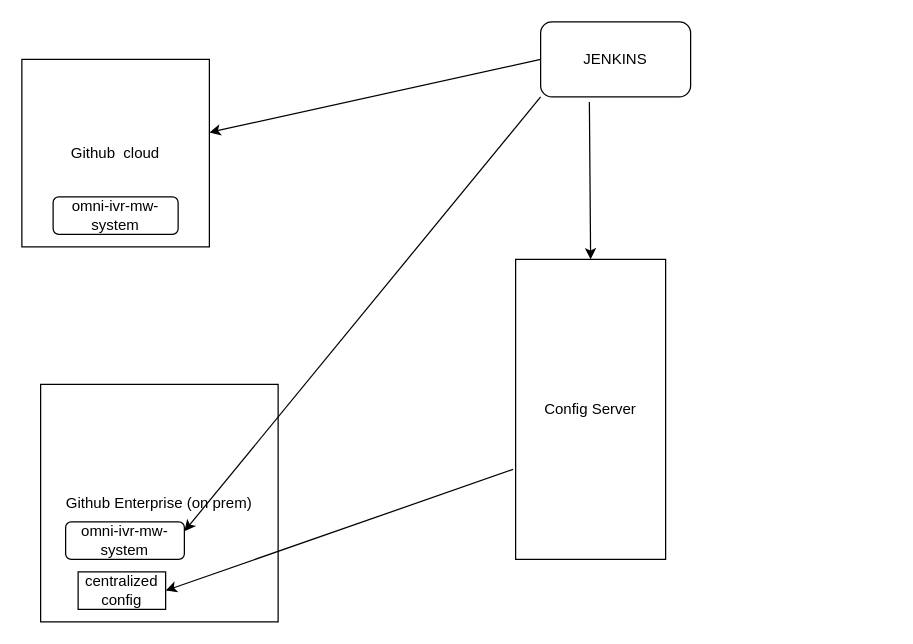
Earlier version of the draw.io diagram Github Migration.drawio (anshuldevmehta/RandomDiagrams). Source tidied: cells renumbered, new cells numbered last; positions are measured from the earlier drawing's top-left corner, leaving out a move shared by most shapes. Both pictures are drawn from the tidied source at 125%, with x=0, y=0 at pixel (21, 21).
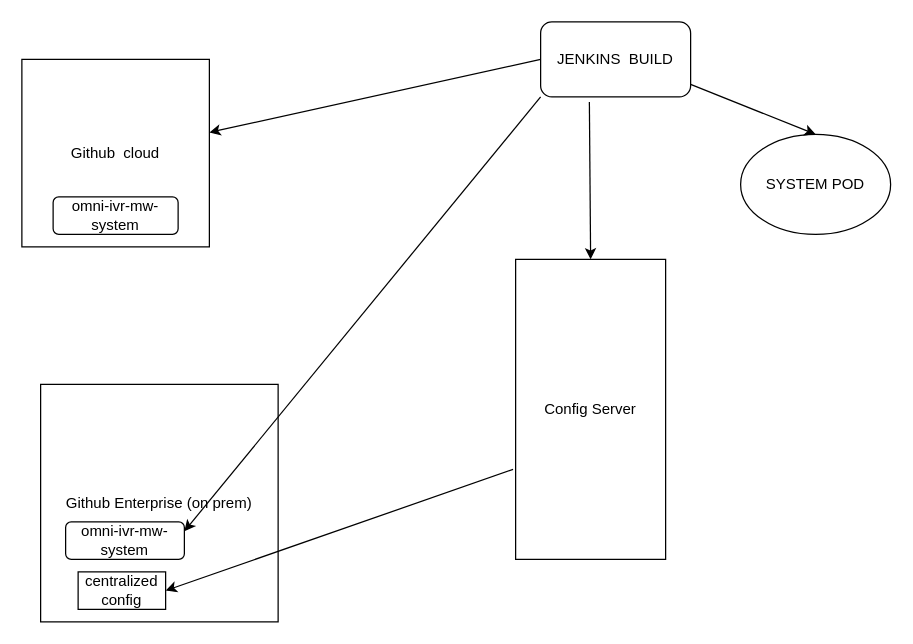
Above is the later version.

Change to the diagram source:
```diff
@@
 <mxGraphModel>
   <root>
     <mxCell id="0" />
     <mxCell id="1" parent="0" />
     <mxCell id="2" value="Github&amp;nbsp; cloud" style="whiteSpace=wrap;html=1;" parent="1" vertex="1">
       <mxGeometry y="30" width="150" height="150" as="geometry" />
     </mxCell>
     <mxCell id="3" value="Github Enterprise (on prem)" style="whiteSpace=wrap;html=1;" parent="1" vertex="1">
       <mxGeometry x="15" y="290" width="190" height="190" as="geometry" />
     </mxCell>
     <mxCell id="4" value="omni-ivr-mw-system" style="rounded=1;whiteSpace=wrap;html=1;" parent="1" vertex="1">
       <mxGeometry x="25" y="140" width="100" height="30" as="geometry" />
     </mxCell>
     <mxCell id="5" value="omni-ivr-mw-system" style="rounded=1;whiteSpace=wrap;html=1;" parent="1" vertex="1">
       <mxGeometry x="35" y="400" width="95" height="30" as="geometry" />
     </mxCell>
     <mxCell id="6" value="Config Server" style="rounded=0;whiteSpace=wrap;html=1;" parent="1" vertex="1">
       <mxGeometry x="395" y="190" width="120" height="240" as="geometry" />
     </mxCell>
-    <mxCell id="7" value="JENKINS" style="rounded=1;whiteSpace=wrap;html=1;" parent="1" vertex="1">
+    <mxCell id="7" value="JENKINS&amp;nbsp; BUILD" style="rounded=1;whiteSpace=wrap;html=1;" parent="1" vertex="1">
       <mxGeometry x="415" width="120" height="60" as="geometry" />
     </mxCell>
     <mxCell id="8" style="endArrow=classic;html=1;rounded=0;exitX=0;exitY=0.5;exitDx=0;exitDy=0;" parent="1" edge="1" source="7" target="2">
       <mxGeometry relative="1" as="geometry" />
     </mxCell>
     <mxCell id="9" style="endArrow=classic;html=1;rounded=0;entryX=0.5;entryY=0;entryDx=0;entryDy=0;exitX=0.325;exitY=1.067;exitDx=0;exitDy=0;exitPerimeter=0;" parent="1" edge="1" source="7" target="6">
       <mxGeometry relative="1" as="geometry" />
     </mxCell>
     <mxCell id="10" value="centralized config" style="rounded=0;whiteSpace=wrap;html=1;" parent="1" vertex="1">
       <mxGeometry x="45" y="440" width="70" height="30" as="geometry" />
     </mxCell>
     <mxCell id="11" style="endArrow=classic;html=1;rounded=0;entryX=1;entryY=0.5;entryDx=0;entryDy=0;exitX=-0.017;exitY=0.7;exitDx=0;exitDy=0;exitPerimeter=0;" parent="1" edge="1" source="6" target="10">
       <mxGeometry relative="1" as="geometry" />
     </mxCell>
     <mxCell id="12" style="endArrow=classic;html=1;rounded=0;entryX=1;entryY=0.25;entryDx=0;entryDy=0;exitX=0;exitY=1;exitDx=0;exitDy=0;" parent="1" edge="1" source="7" target="5">
       <mxGeometry relative="1" as="geometry" />
     </mxCell>
+    <mxCell id="13" value="SYSTEM POD" style="ellipse;whiteSpace=wrap;html=1;" parent="1" vertex="1">
+      <mxGeometry x="575" y="90" width="120" height="80" as="geometry" />
+    </mxCell>
+    <mxCell id="14" style="endArrow=classic;html=1;rounded=0;entryX=0.5;entryY=0;entryDx=0;entryDy=0;" parent="1" edge="1" target="13">
+      <mxGeometry relative="1" as="geometry">
+        <mxPoint x="535" y="50" as="sourcePoint" />
+      </mxGeometry>
+    </mxCell>
   </root>
 </mxGraphModel>
```
